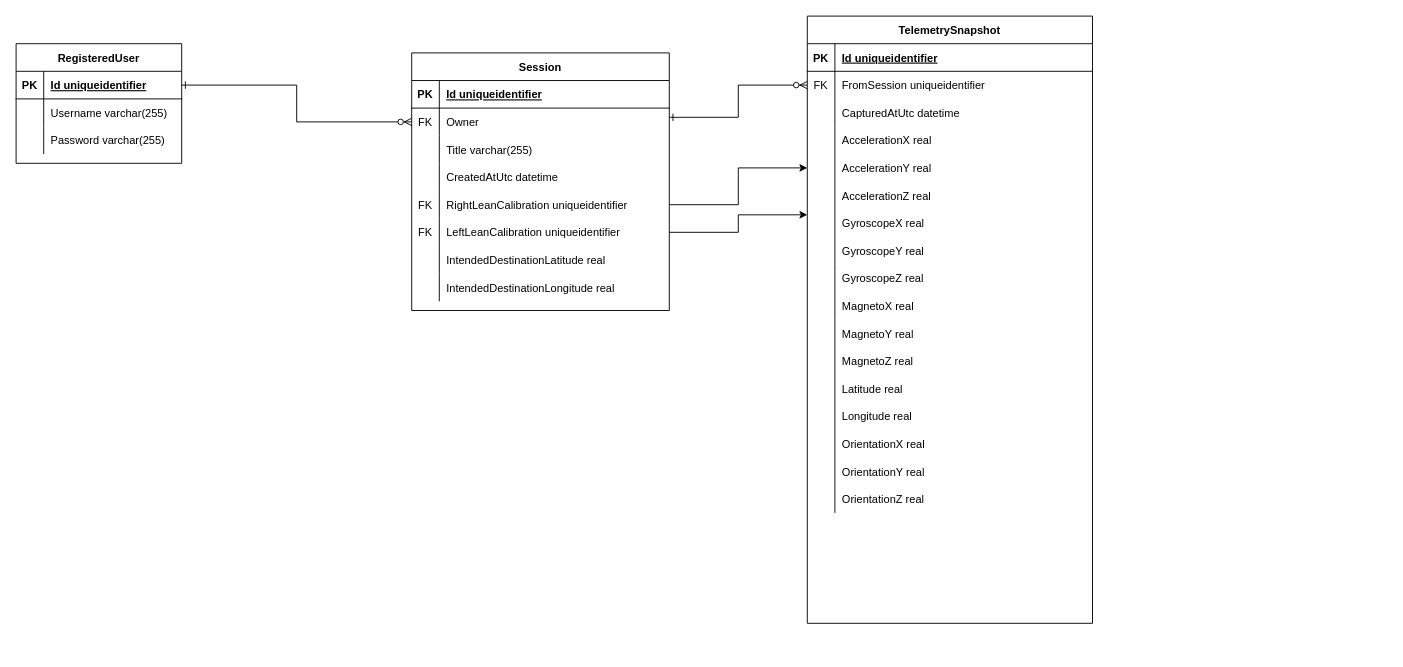
Above: ERD.drawio in TimHanewich/TimHanewich.TelemetryFeed (draw.io), before the change. Source tidied: cells renumbered, new cells numbered last; positions are measured from the earlier drawing's top-left corner, leaving out a move shared by most shapes. Both pictures are drawn from the tidied source at 92%, with x=0, y=0 at pixel (16, 16).
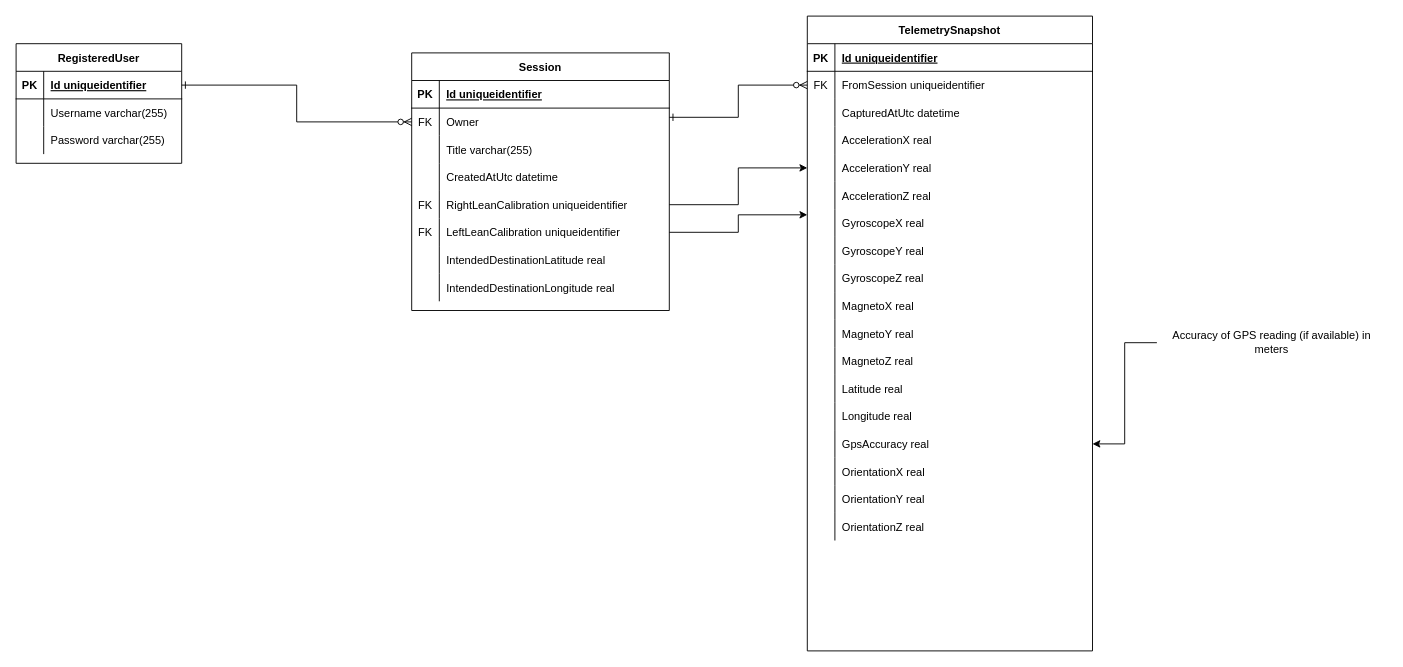
Above is the later version.

Commit message:
Added GpsAccuracy to ERD

Change to the diagram source:
```diff
@@
     <mxCell id="2" value="TelemetrySnapshot" style="shape=table;startSize=30;childLayout=tableLayout;rowLines=0;fontStyle=1;align=center;" parent="1" vertex="1">
-      <mxGeometry x="860" width="310" height="660" as="geometry" />
+      <mxGeometry x="860" width="310" height="690" as="geometry" />
     </mxCell>
@@
+    <mxCell id="93" style="shape=partialRectangle;fillColor=none;top=0;left=0;bottom=0;right=0;points=[[0,0.5],[1,0.5]];portConstraint=eastwest;" parent="2" vertex="1">
+      <mxGeometry y="450" width="310" height="30" as="geometry" />
+    </mxCell>
+    <mxCell id="94" style="shape=partialRectangle;fillColor=none;top=0;left=0;bottom=0;right=0;overflow=hidden;" parent="93" vertex="1">
+      <mxGeometry width="30" height="30" as="geometry" />
+    </mxCell>
+    <mxCell id="95" value="GpsAccuracy real" style="shape=partialRectangle;fillColor=none;top=0;left=0;bottom=0;right=0;align=left;spacingLeft=6;overflow=hidden;" parent="93" vertex="1">
+      <mxGeometry x="30" width="280" height="30" as="geometry" />
+    </mxCell>
     <mxCell id="45" style="shape=partialRectangle;fillColor=none;top=0;left=0;bottom=0;right=0;" parent="2" vertex="1">
-      <mxGeometry y="450" width="310" height="30" as="geometry" />
+      <mxGeometry y="480" width="310" height="30" as="geometry" />
     </mxCell>
@@
     <mxCell id="48" style="shape=partialRectangle;fillColor=none;top=0;left=0;bottom=0;right=0;" parent="2" vertex="1">
-      <mxGeometry y="480" width="310" height="30" as="geometry" />
+      <mxGeometry y="510" width="310" height="30" as="geometry" />
     </mxCell>
@@
     <mxCell id="51" style="shape=partialRectangle;fillColor=none;top=0;left=0;bottom=0;right=0;" parent="2" vertex="1">
-      <mxGeometry y="510" width="310" height="30" as="geometry" />
+      <mxGeometry y="540" width="310" height="30" as="geometry" />
     </mxCell>
@@
+    <mxCell id="96" style="edgeStyle=orthogonalEdgeStyle;rounded=0;jettySize=auto;html=1;exitX=0;exitY=0.5;exitDx=0;exitDy=0;entryX=1;entryY=0.5;entryDx=0;entryDy=0;" parent="1" edge="1" source="97" target="93">
+      <mxGeometry relative="1" as="geometry" />
+    </mxCell>
+    <mxCell id="97" value="Accuracy of GPS reading (if available) in meters" style="text;html=1;strokeColor=none;fillColor=none;align=center;verticalAlign=middle;whiteSpace=wrap;rounded=0;" parent="1" vertex="1">
+      <mxGeometry x="1240" y="320" width="250" height="70" as="geometry" />
+    </mxCell>
```
